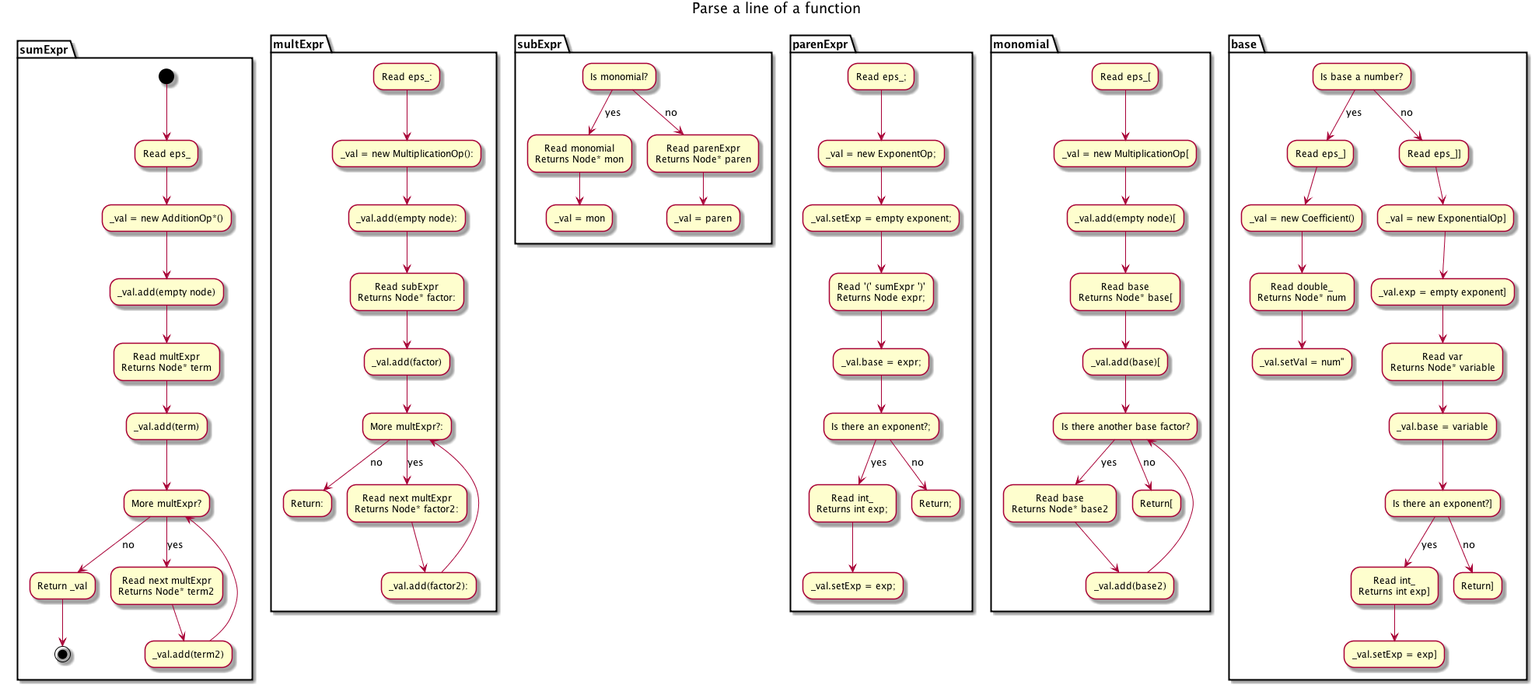
The PlantUML diagram doc/planning/low_level/Function Class/ParseFunction.png in bertiniteam/b2, before a commit. Source of this version:
```plantuml
@startuml
title Parse a line of a function
partition sumExpr {
(*) --> Read eps_
--> "_val = new AdditionOp*()"
--> "_val.add(empty node)"
--> "Read multExpr
Returns Node* term" as MultRet
--> _val.add(term)
--> More multExpr?
-->[no] Return _val
-->(*)

"More multExpr?" -->[yes] "Read next multExpr
Returns Node* term2"
--> _val.add(term2)
--> "More multExpr?"
}





partition multExpr {
"Read eps_:"  --> "_val = new MultiplicationOp():"
--> "_val.add(empty node):"
--> "Read subExpr
Returns Node* factor:" as SubRet
--> _val.add(factor)
--> More multExpr?:
-->[no] "Return:"

"More multExpr?:" -->[yes] "Read next multExpr
Returns Node* factor2:"
--> _val.add(factor2):
--> "More multExpr?:"
}






partition subExpr {
"Is monomial?" -->[yes] "Read monomial
Returns Node* mon" as MonRet
--> "_val = mon"

"Is monomial?" -->[no] "Read parenExpr
Returns Node* paren" as ParenRet
--> "_val = paren"

}




partition parenExpr {
"Read eps_;" --> "_val = new ExponentOp;"
--> "_val.setExp = empty exponent;"
--> "Read '(' sumExpr ')'
Returns Node expr;"
--> "_val.base = expr;"
--> "Is there an exponent?;"
-->[yes] "Read int_
Returns int exp;"
--> "_val.setExp = exp;"


"Is there an exponent?;" -->[no] "Return;"
}



partition monomial {
"Read eps_[" --> "_val = new MultiplicationOp["
--> "_val.add(empty node)["
--> "Read base
Returns Node* base[" as BRet
--> "_val.add(base)["
--> "Is there another base factor?"
-->[yes] "Read base
Returns Node* base2"
--> "_val.add(base2)"
--> "Is there another base factor?"

"Is there another base factor?" -->[no] "Return["
}





partition base {
"Is base a number?" -->[yes] "Read eps_]"
--> "_val = new Coefficient()"
--> "Read double_
Returns Node* num"
--> _val.setVal = num"


"Is base a number?" -->[no] "Read eps_]]"
--> "_val = new ExponentialOp]"
--> "_val.exp = empty exponent]"
--> "Read var
Returns Node* variable"
--> "_val.base = variable"
--> "Is there an exponent?]"
-->[yes] "Read int_
Returns int exp]"
--> "_val.setExp = exp]"


"Is there an exponent?]" -->[no] "Return]"


@enduml
```
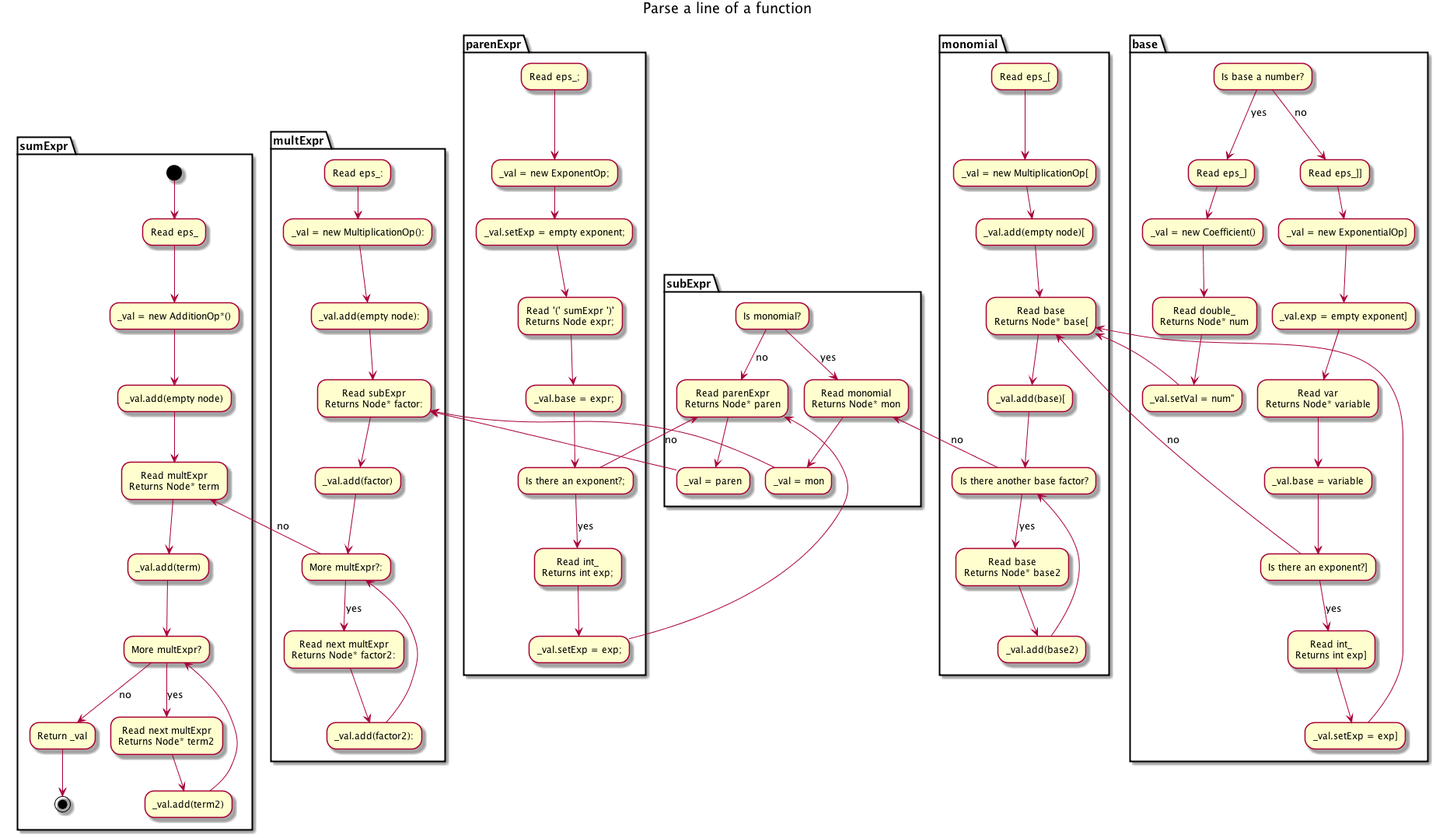
Later version of the same file.

Commit message:
More complicated Parsing diagram

Diff of the diagram source:
```diff
@@ -28,7 +28,7 @@
 Returns Node* factor:" as SubRet
 --> _val.add(factor)
 --> More multExpr?:
--->[no] "Return:"
+-left->[no] MultRet
 
 "More multExpr?:" -->[yes] "Read next multExpr
 Returns Node* factor2:"
@@ -45,10 +45,12 @@
 "Is monomial?" -->[yes] "Read monomial
 Returns Node* mon" as MonRet
 --> "_val = mon"
+-left-> SubRet
 
 "Is monomial?" -->[no] "Read parenExpr
 Returns Node* paren" as ParenRet
 --> "_val = paren"
+-left->SubRet
 
 }
 
@@ -65,9 +67,10 @@
 -->[yes] "Read int_
 Returns int exp;"
 --> "_val.setExp = exp;"
+-left-> ParenRet
 
 
-"Is there an exponent?;" -->[no] "Return;"
+"Is there an exponent?;" -left->[no] ParenRet
 }
 
 
@@ -84,7 +87,7 @@
 --> "_val.add(base2)"
 --> "Is there another base factor?"
 
-"Is there another base factor?" -->[no] "Return["
+"Is there another base factor?" -left->[no] MonRet
 }
 
 
@@ -97,6 +100,7 @@
 --> "Read double_
 Returns Node* num"
 --> _val.setVal = num"
+-left->BRet
 
 
 "Is base a number?" -->[no] "Read eps_]]"
@@ -109,9 +113,10 @@
 -->[yes] "Read int_
 Returns int exp]"
 --> "_val.setExp = exp]"
+-left-> BRet
 
 
-"Is there an exponent?]" -->[no] "Return]"
+"Is there an exponent?]" -left->[no] BRet
 
 
 @enduml
```
